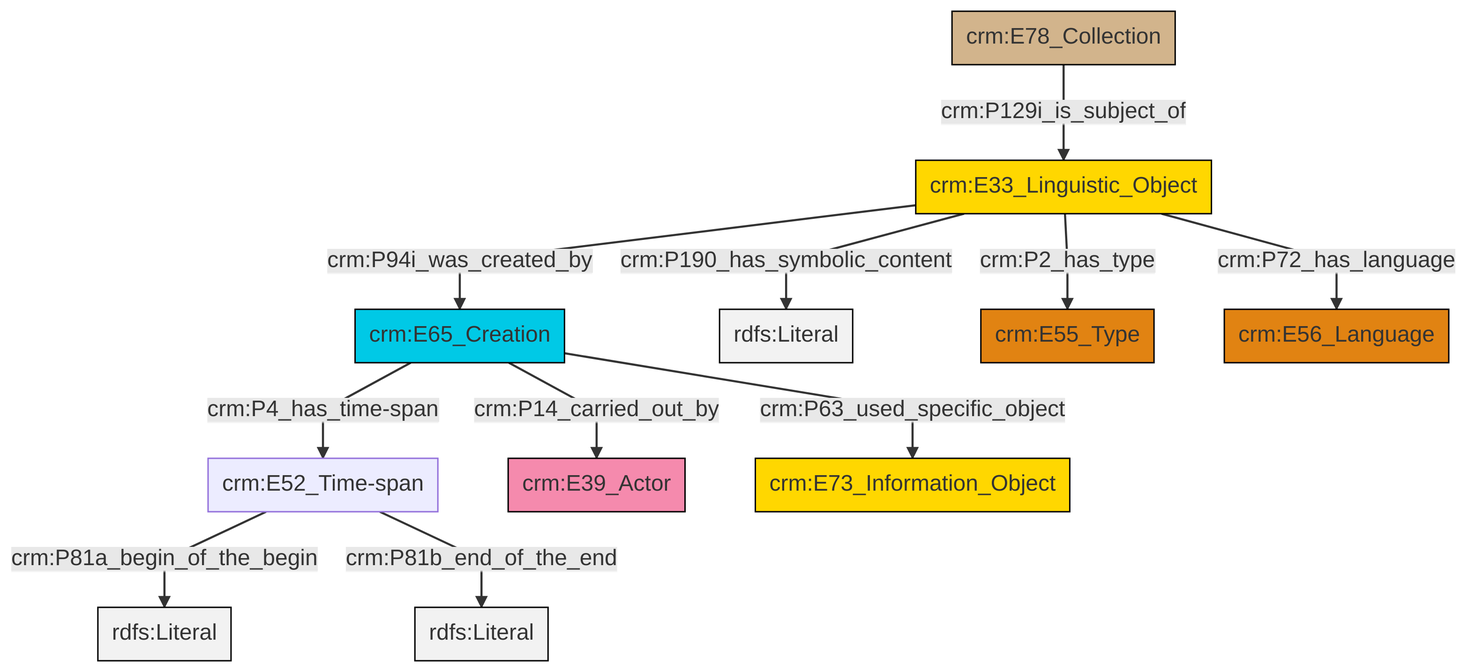
Before: et/archivalCSV/ttl/mmd/png/archival_desc.png, a diagram exported from Mermaid (swiss-art-research-net/docs.swissartresearch). Its source is kept beside it as et/archivalCSV/ttl/mmd/archival_desc.ttl.mmd.
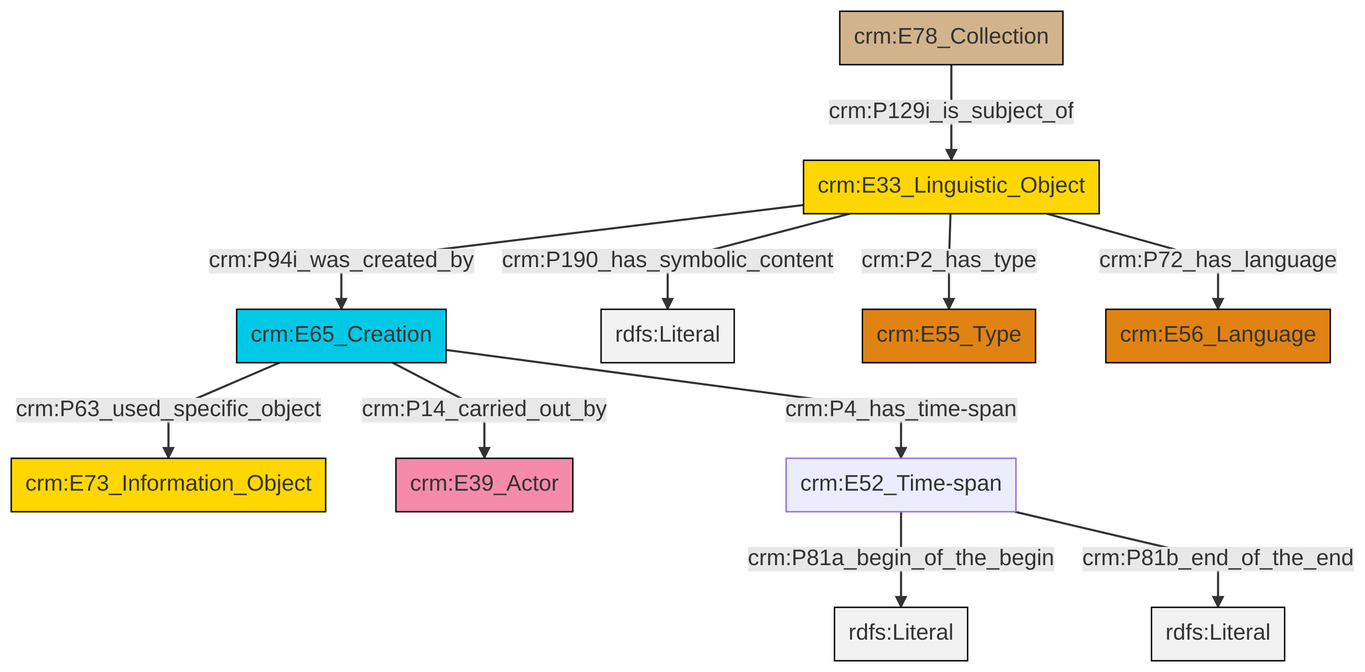
After the commit.

The edit, as a diff of the source:
```diff
@@ -13,13 +13,13 @@
 classDef PC_Classes fill:#4ce600, stroke:#000000;
 classDef Multi fill:#cccccc,stroke:#000000;
 
-0["crm:E65_Creation"]:::Temporal_Entity -->|crm:P4_has_time-span| 1["crm:E52_Time-span"]:::Default
-4["crm:E33_Linguistic_Object"]:::Conceptual_Object -->|crm:P190_has_symbolic_content| 5[rdfs:Literal]:::Literal
-0["crm:E65_Creation"]:::Temporal_Entity -->|crm:P14_carried_out_by| 6["crm:E39_Actor"]:::Actor
-1["crm:E52_Time-span"]:::Default -->|crm:P81a_begin_of_the_begin| 9[rdfs:Literal]:::Literal
-4["crm:E33_Linguistic_Object"]:::Conceptual_Object -->|crm:P72_has_language| 10["crm:E56_Language"]:::Type
-2["crm:E78_Collection"]:::Physical_Thing -->|crm:P129i_is_subject_of| 4["crm:E33_Linguistic_Object"]:::Conceptual_Object
-1["crm:E52_Time-span"]:::Default -->|crm:P81b_end_of_the_end| 18[rdfs:Literal]:::Literal
-0["crm:E65_Creation"]:::Temporal_Entity -->|crm:P63_used_specific_object| 11["crm:E73_Information_Object"]:::Conceptual_Object
-4["crm:E33_Linguistic_Object"]:::Conceptual_Object -->|crm:P94i_was_created_by| 0["crm:E65_Creation"]:::Temporal_Entity
-4["crm:E33_Linguistic_Object"]:::Conceptual_Object -->|crm:P2_has_type| 7["crm:E55_Type"]:::Type
+2["crm:E33_Linguistic_Object"]:::Conceptual_Object -->|crm:P94i_was_created_by| 3["crm:E65_Creation"]:::Temporal_Entity
+3["crm:E65_Creation"]:::Temporal_Entity -->|crm:P14_carried_out_by| 5["crm:E39_Actor"]:::Actor
+2["crm:E33_Linguistic_Object"]:::Conceptual_Object -->|crm:P190_has_symbolic_content| 6[rdfs:Literal]:::Literal
+2["crm:E33_Linguistic_Object"]:::Conceptual_Object -->|crm:P2_has_type| 9["crm:E55_Type"]:::Type
+3["crm:E65_Creation"]:::Temporal_Entity -->|crm:P63_used_specific_object| 0["crm:E73_Information_Object"]:::Conceptual_Object
+2["crm:E33_Linguistic_Object"]:::Conceptual_Object -->|crm:P72_has_language| 11["crm:E56_Language"]:::Type
+7["crm:E78_Collection"]:::Physical_Thing -->|crm:P129i_is_subject_of| 2["crm:E33_Linguistic_Object"]:::Conceptual_Object
+3["crm:E65_Creation"]:::Temporal_Entity -->|crm:P4_has_time-span| 13["crm:E52_Time-span"]:::Default
+13["crm:E52_Time-span"]:::Default -->|crm:P81a_begin_of_the_begin| 16[rdfs:Literal]:::Literal
+13["crm:E52_Time-span"]:::Default -->|crm:P81b_end_of_the_end| 17[rdfs:Literal]:::Literal
```
